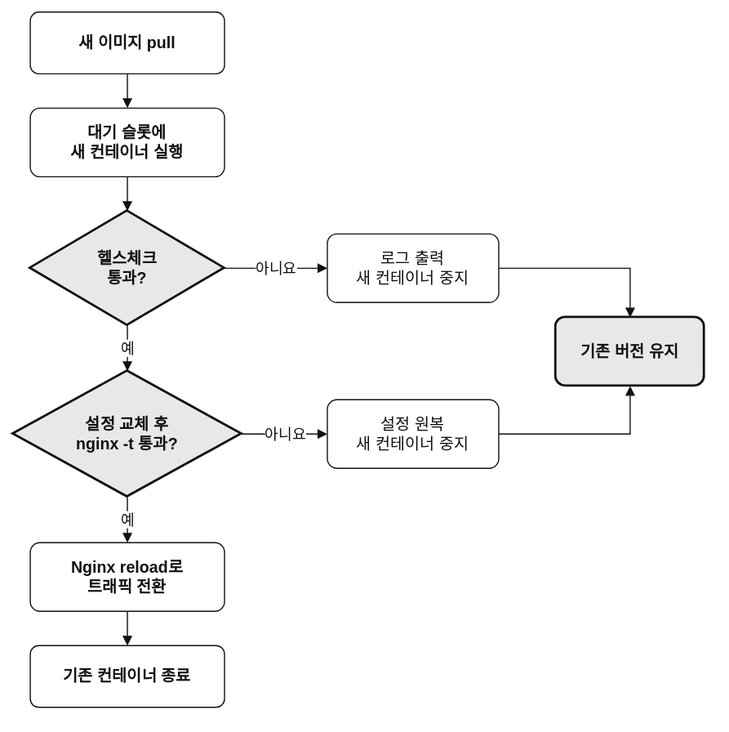
This is public/diagrams/blue-green-deploy.drawio.svg from reasonjun/portfolio, a draw.io export, as it was before one commit. Source tidied: cells renumbered, new cells last; positions are measured from the earlier drawing's top-left corner, leaving out a move shared by most shapes.
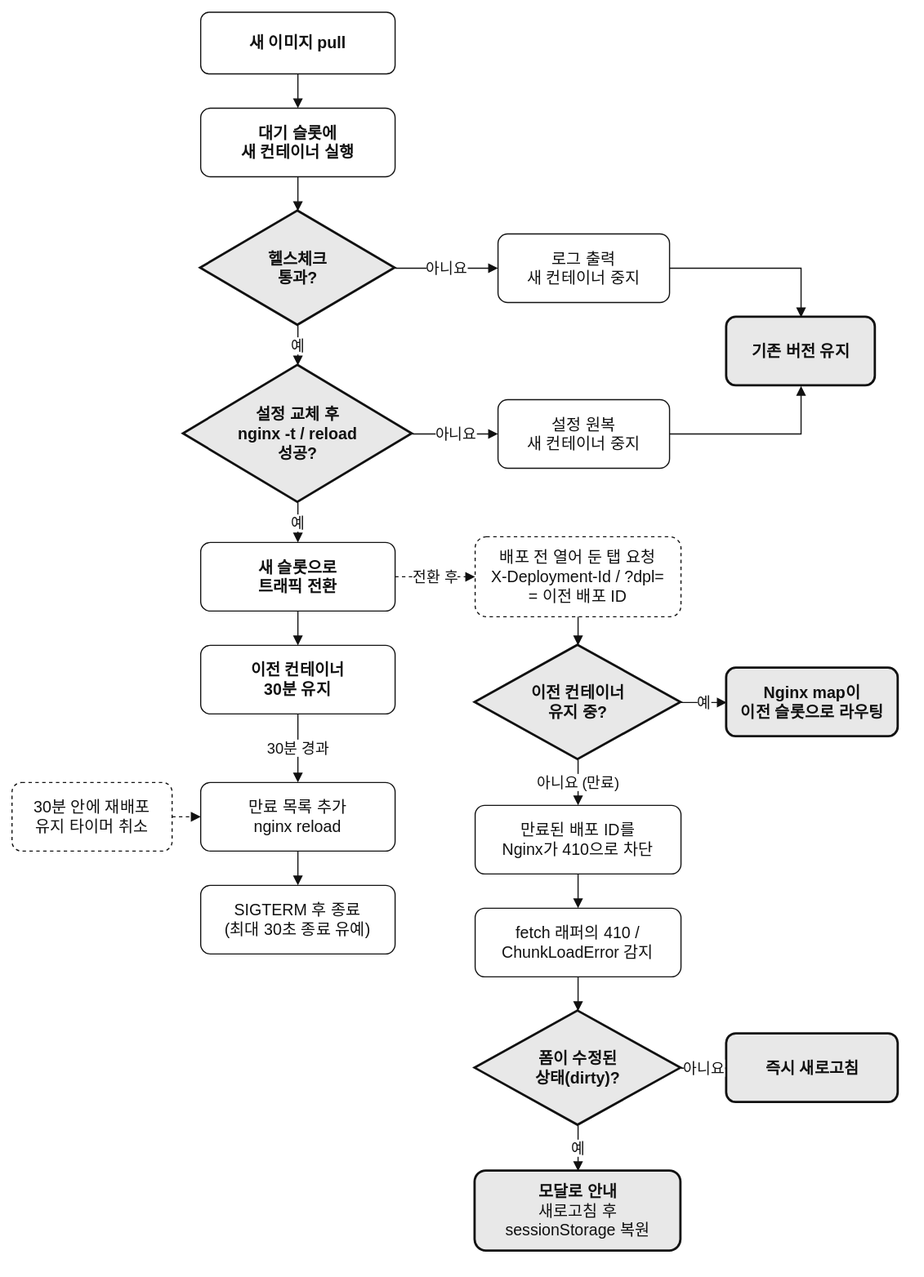
After the commit.

Commit message:
feat: 사례 본문 인라인 코드 렌더링과 blue/green 배포 사례 보강

The edit, as a diff of the source:
```diff
@@ -11,15 +11,18 @@
     <mxCell id="4" value="&lt;b&gt;헬스체크&lt;br&gt;통과?&lt;/b&gt;" style="rhombus;whiteSpace=wrap;html=1;fontSize=14;fontColor=#111111;strokeColor=#111111;strokeWidth=2;fillColor=#E8E8E8;" parent="1" vertex="1">
       <mxGeometry x="15" y="174" width="170" height="100" as="geometry" />
     </mxCell>
-    <mxCell id="5" value="&lt;b&gt;설정 교체 후&lt;br&gt;nginx -t 통과?&lt;/b&gt;" style="rhombus;whiteSpace=wrap;html=1;fontSize=14;fontColor=#111111;strokeColor=#111111;strokeWidth=2;fillColor=#E8E8E8;" parent="1" vertex="1">
-      <mxGeometry y="314" width="200" height="110" as="geometry" />
+    <mxCell id="5" value="&lt;b&gt;설정 교체 후&lt;br&gt;nginx -t / reload&lt;br&gt;성공?&lt;/b&gt;" style="rhombus;whiteSpace=wrap;html=1;fontSize=14;fontColor=#111111;strokeColor=#111111;strokeWidth=2;fillColor=#E8E8E8;" parent="1" vertex="1">
+      <mxGeometry y="309" width="200" height="120" as="geometry" />
     </mxCell>
-    <mxCell id="6" value="&lt;b&gt;Nginx reload로&lt;br&gt;트래픽 전환&lt;/b&gt;" style="rounded=1;whiteSpace=wrap;html=1;fontSize=14;fontColor=#111111;strokeColor=#111111;fillColor=none;arcSize=14;" parent="1" vertex="1">
+    <mxCell id="6" value="&lt;b&gt;새 슬롯으로&lt;br&gt;트래픽 전환&lt;/b&gt;" style="rounded=1;whiteSpace=wrap;html=1;fontSize=14;fontColor=#111111;strokeColor=#111111;fillColor=none;arcSize=14;" parent="1" vertex="1">
       <mxGeometry x="15" y="464" width="170" height="60" as="geometry" />
     </mxCell>
-    <mxCell id="7" value="&lt;b&gt;기존 컨테이너 종료&lt;/b&gt;" style="rounded=1;whiteSpace=wrap;html=1;fontSize=14;fontColor=#111111;strokeColor=#111111;fillColor=none;arcSize=14;" parent="1" vertex="1">
-      <mxGeometry x="15" y="554" width="170" height="54" as="geometry" />
+    <mxCell id="7" value="&lt;b&gt;이전 컨테이너&lt;br&gt;30분 유지&lt;/b&gt;" style="rounded=1;whiteSpace=wrap;html=1;fontSize=14;fontColor=#111111;strokeColor=#111111;fillColor=none;arcSize=14;" parent="1" vertex="1">
+      <mxGeometry x="15" y="554" width="170" height="60" as="geometry" />
     </mxCell>
+    <mxCell id="20" value="SIGTERM 후 종료&lt;br&gt;(최대 30초 종료 유예)" style="rounded=1;whiteSpace=wrap;html=1;fontSize=14;fontColor=#111111;strokeColor=#111111;fillColor=none;arcSize=14;" parent="1" vertex="1">
+      <mxGeometry x="15" y="764" width="170" height="60" as="geometry" />
+    </mxCell>
     <mxCell id="8" value="로그 출력&lt;br&gt;새 컨테이너 중지" style="rounded=1;whiteSpace=wrap;html=1;fontSize=14;fontColor=#111111;strokeColor=#111111;fillColor=none;arcSize=14;" parent="1" vertex="1">
       <mxGeometry x="275" y="194" width="150" height="60" as="geometry" />
     </mxCell>
@@ -56,5 +59,68 @@
     <mxCell id="19" style="edgeStyle=orthogonalEdgeStyle;rounded=0;endArrow=block;endFill=1;html=1;strokeColor=#111111;exitX=1;exitY=0.5;entryX=0.5;entryY=1;" parent="1" edge="1" source="9" target="10">
       <mxGeometry relative="1" as="geometry" />
     </mxCell>
+    <mxCell id="21" value="배포 전 열어 둔 탭 요청&lt;br&gt;X-Deployment-Id / ?dpl=&lt;br&gt;= 이전 배포 ID" style="rounded=1;whiteSpace=wrap;html=1;fontSize=14;fontColor=#111111;strokeColor=#111111;fillColor=none;arcSize=14;dashed=1;" parent="1" vertex="1">
+      <mxGeometry x="255" y="459" width="180" height="70" as="geometry" />
+    </mxCell>
+    <mxCell id="22" value="&lt;b&gt;이전 컨테이너&lt;br&gt;유지 중?&lt;/b&gt;" style="rhombus;whiteSpace=wrap;html=1;fontSize=14;fontColor=#111111;strokeColor=#111111;strokeWidth=2;fillColor=#E8E8E8;" parent="1" vertex="1">
+      <mxGeometry x="255" y="554" width="180" height="100" as="geometry" />
+    </mxCell>
+    <mxCell id="23" value="&lt;b&gt;Nginx map이&lt;br&gt;이전 슬롯으로 라우팅&lt;/b&gt;" style="rounded=1;whiteSpace=wrap;html=1;fontSize=14;fontColor=#111111;strokeColor=#111111;strokeWidth=2;fillColor=#E8E8E8;arcSize=14;" parent="1" vertex="1">
+      <mxGeometry x="475" y="574" width="150" height="60" as="geometry" />
+    </mxCell>
+    <mxCell id="24" style="endArrow=block;endFill=1;html=1;strokeColor=#111111;" parent="1" edge="1" source="38" target="20">
+      <mxGeometry relative="1" as="geometry" />
+    </mxCell>
+    <mxCell id="25" value="전환 후" style="endArrow=block;endFill=1;html=1;strokeColor=#111111;fontColor=#111111;fontSize=13;labelBackgroundColor=#FFFFFF;dashed=1;" parent="1" edge="1" source="6" target="21">
+      <mxGeometry relative="1" as="geometry" />
+    </mxCell>
+    <mxCell id="26" style="endArrow=block;endFill=1;html=1;strokeColor=#111111;" parent="1" edge="1" source="21" target="22">
+      <mxGeometry relative="1" as="geometry" />
+    </mxCell>
+    <mxCell id="27" value="예" style="endArrow=block;endFill=1;html=1;strokeColor=#111111;fontColor=#111111;fontSize=13;labelBackgroundColor=#FFFFFF;" parent="1" edge="1" source="22" target="23">
+      <mxGeometry relative="1" as="geometry" />
+    </mxCell>
+    <mxCell id="28" value="만료된 배포 ID를&lt;br&gt;Nginx가 410으로 차단" style="rounded=1;whiteSpace=wrap;html=1;fontSize=14;fontColor=#111111;strokeColor=#111111;fillColor=none;arcSize=14;" parent="1" vertex="1">
+      <mxGeometry x="255" y="694" width="180" height="60" as="geometry" />
+    </mxCell>
+    <mxCell id="29" value="fetch 래퍼의 410 /&lt;br&gt;ChunkLoadError 감지" style="rounded=1;whiteSpace=wrap;html=1;fontSize=14;fontColor=#111111;strokeColor=#111111;fillColor=none;arcSize=14;" parent="1" vertex="1">
+      <mxGeometry x="255" y="784" width="180" height="60" as="geometry" />
+    </mxCell>
+    <mxCell id="30" value="&lt;b&gt;폼이 수정된&lt;br&gt;상태(dirty)?&lt;/b&gt;" style="rhombus;whiteSpace=wrap;html=1;fontSize=14;fontColor=#111111;strokeColor=#111111;strokeWidth=2;fillColor=#E8E8E8;" parent="1" vertex="1">
+      <mxGeometry x="255" y="874" width="180" height="100" as="geometry" />
+    </mxCell>
+    <mxCell id="31" value="&lt;b&gt;즉시 새로고침&lt;/b&gt;" style="rounded=1;whiteSpace=wrap;html=1;fontSize=14;fontColor=#111111;strokeColor=#111111;strokeWidth=2;fillColor=#E8E8E8;arcSize=14;" parent="1" vertex="1">
+      <mxGeometry x="475" y="894" width="150" height="60" as="geometry" />
+    </mxCell>
+    <mxCell id="32" value="&lt;b&gt;모달로 안내&lt;/b&gt;&lt;br&gt;새로고침 후&lt;br&gt;sessionStorage 복원" style="rounded=1;whiteSpace=wrap;html=1;fontSize=14;fontColor=#111111;strokeColor=#111111;strokeWidth=2;fillColor=#E8E8E8;arcSize=14;" parent="1" vertex="1">
+      <mxGeometry x="255" y="1014" width="180" height="70" as="geometry" />
+    </mxCell>
+    <mxCell id="33" value="아니요 (만료)" style="endArrow=block;endFill=1;html=1;strokeColor=#111111;fontColor=#111111;fontSize=13;labelBackgroundColor=#FFFFFF;" parent="1" edge="1" source="22" target="28">
+      <mxGeometry relative="1" as="geometry" />
+    </mxCell>
+    <mxCell id="34" style="endArrow=block;endFill=1;html=1;strokeColor=#111111;" parent="1" edge="1" source="28" target="29">
+      <mxGeometry relative="1" as="geometry" />
+    </mxCell>
+    <mxCell id="35" style="endArrow=block;endFill=1;html=1;strokeColor=#111111;" parent="1" edge="1" source="29" target="30">
+      <mxGeometry relative="1" as="geometry" />
+    </mxCell>
+    <mxCell id="36" value="아니요" style="endArrow=block;endFill=1;html=1;strokeColor=#111111;fontColor=#111111;fontSize=13;labelBackgroundColor=#FFFFFF;" parent="1" edge="1" source="30" target="31">
+      <mxGeometry relative="1" as="geometry" />
+    </mxCell>
+    <mxCell id="37" value="예" style="endArrow=block;endFill=1;html=1;strokeColor=#111111;fontColor=#111111;fontSize=13;labelBackgroundColor=#FFFFFF;" parent="1" edge="1" source="30" target="32">
+      <mxGeometry relative="1" as="geometry" />
+    </mxCell>
+    <mxCell id="38" value="만료 목록 추가&lt;br&gt;nginx reload" style="rounded=1;whiteSpace=wrap;html=1;fontSize=14;fontColor=#111111;strokeColor=#111111;fillColor=none;arcSize=14;" parent="1" vertex="1">
+      <mxGeometry x="15" y="674" width="170" height="60" as="geometry" />
+    </mxCell>
+    <mxCell id="39" value="30분 경과" style="endArrow=block;endFill=1;html=1;strokeColor=#111111;fontColor=#111111;fontSize=13;labelBackgroundColor=#FFFFFF;" parent="1" edge="1" source="7" target="38">
+      <mxGeometry relative="1" as="geometry" />
+    </mxCell>
+    <mxCell id="40" value="30분 안에 재배포&lt;br&gt;유지 타이머 취소" style="rounded=1;whiteSpace=wrap;html=1;fontSize=14;fontColor=#111111;strokeColor=#111111;fillColor=none;arcSize=14;dashed=1;" parent="1" vertex="1">
+      <mxGeometry x="-150" y="674" width="140" height="60" as="geometry" />
+    </mxCell>
+    <mxCell id="41" style="endArrow=block;endFill=1;html=1;strokeColor=#111111;dashed=1;" parent="1" edge="1" source="40" target="38">
+      <mxGeometry relative="1" as="geometry" />
+    </mxCell>
   </root>
 </mxGraphModel>
```
